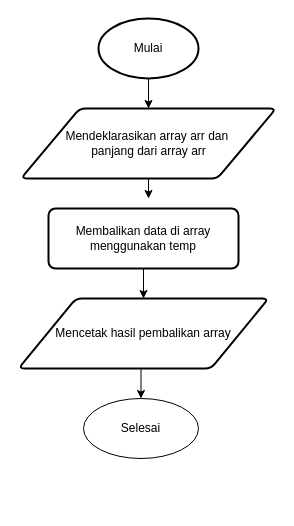
Before: 1/Flowchart no 1.drawio in Menguncups/Algoritma-dan-Struktur-data, a draw.io diagram. Source tidied: cells renumbered, new cells numbered last; positions are measured from the earlier drawing's top-left corner, leaving out a move shared by most shapes. Both pictures are drawn from the tidied source at 100%, with x=0, y=0 at pixel (18, 18).
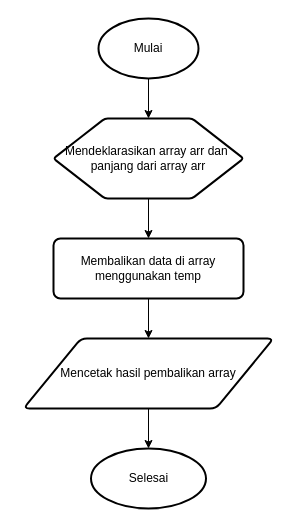
The same page after the edit.

Change to the diagram source:
```diff
@@
 <mxGraphModel>
   <root>
     <mxCell id="0" />
     <mxCell id="1" parent="0" />
     <mxCell id="2" style="edgeStyle=orthogonalEdgeStyle;rounded=0;jettySize=auto;html=1;exitX=0.5;exitY=1;exitDx=0;exitDy=0;exitPerimeter=0;entryX=0.5;entryY=0;entryDx=0;entryDy=0;" parent="1" edge="1" source="3" target="5">
       <mxGeometry relative="1" as="geometry" />
     </mxCell>
     <mxCell id="3" value="Mulai" style="strokeWidth=2;html=1;shape=mxgraph.flowchart.start_1;whiteSpace=wrap;" parent="1" vertex="1">
       <mxGeometry x="80" width="100" height="60" as="geometry" />
     </mxCell>
-    <mxCell id="4" style="edgeStyle=orthogonalEdgeStyle;rounded=0;jettySize=auto;html=1;exitX=0.5;exitY=1;exitDx=0;exitDy=0;" parent="1" edge="1" source="5">
-      <mxGeometry relative="1" as="geometry">
-        <mxPoint x="130" y="180" as="targetPoint" />
-      </mxGeometry>
-    </mxCell>
-    <mxCell id="5" value="Mendeklarasikan array arr dan&amp;nbsp;&lt;div&gt;panjang dari array arr&lt;/div&gt;" style="shape=parallelogram;html=1;strokeWidth=2;perimeter=parallelogramPerimeter;whiteSpace=wrap;rounded=1;arcSize=12;size=0.23;align=center;" parent="1" vertex="1">
-      <mxGeometry x="2.5" y="90" width="255" height="70" as="geometry" />
-    </mxCell>
     <mxCell id="6" style="edgeStyle=orthogonalEdgeStyle;rounded=0;jettySize=auto;html=1;exitX=0.5;exitY=1;exitDx=0;exitDy=0;entryX=0.5;entryY=0;entryDx=0;entryDy=0;" parent="1" edge="1" source="7" target="9">
       <mxGeometry relative="1" as="geometry" />
     </mxCell>
     <mxCell id="7" value="Membalikan data di array menggunakan temp" style="rounded=1;whiteSpace=wrap;html=1;absoluteArcSize=1;arcSize=14;strokeWidth=2;" parent="1" vertex="1">
-      <mxGeometry x="30" y="190" width="190" height="60" as="geometry" />
+      <mxGeometry x="35" y="220" width="190" height="60" as="geometry" />
     </mxCell>
     <mxCell id="8" style="edgeStyle=orthogonalEdgeStyle;rounded=0;jettySize=auto;html=1;exitX=0.5;exitY=1;exitDx=0;exitDy=0;entryX=0.5;entryY=0;entryDx=0;entryDy=0;" parent="1" edge="1" source="9" target="10">
       <mxGeometry relative="1" as="geometry" />
     </mxCell>
     <mxCell id="9" value="Mencetak hasil pembalikan array" style="shape=parallelogram;html=1;strokeWidth=2;perimeter=parallelogramPerimeter;whiteSpace=wrap;rounded=1;arcSize=12;size=0.23;" parent="1" vertex="1">
-      <mxGeometry y="280" width="250" height="70" as="geometry" />
+      <mxGeometry x="5" y="320" width="250" height="70" as="geometry" />
     </mxCell>
-    <mxCell id="10" value="Selesai" style="ellipse;whiteSpace=wrap;html=1;" parent="1" vertex="1">
-      <mxGeometry x="65" y="380" width="115" height="60" as="geometry" />
+    <mxCell id="10" value="Selesai" style="ellipse;whiteSpace=wrap;html=1;strokeWidth=2;" parent="1" vertex="1">
+      <mxGeometry x="72.5" y="430" width="115" height="60" as="geometry" />
     </mxCell>
+    <mxCell id="11" style="edgeStyle=orthogonalEdgeStyle;rounded=0;jettySize=auto;html=1;exitX=0.5;exitY=1;exitDx=0;exitDy=0;entryX=0.5;entryY=0;entryDx=0;entryDy=0;" parent="1" edge="1" source="5" target="7">
+      <mxGeometry relative="1" as="geometry" />
+    </mxCell>
+    <mxCell id="5" value="&lt;span style=&quot;text-wrap-mode: wrap;&quot;&gt;Mendeklarasikan array arr dan&amp;nbsp;&lt;/span&gt;&lt;div style=&quot;text-wrap-mode: wrap; padding-left: 0px; padding-top: 0px;&quot;&gt;panjang dari array arr&lt;/div&gt;" style="verticalLabelPosition=middle;verticalAlign=middle;html=1;shape=hexagon;perimeter=hexagonPerimeter2;arcSize=6;size=0.27;labelPosition=center;align=center;whiteSpace=wrap;rounded=1;strokeWidth=2;" parent="1" vertex="1">
+      <mxGeometry x="35" y="100" width="190" height="80" as="geometry" />
+    </mxCell>
   </root>
 </mxGraphModel>
```
